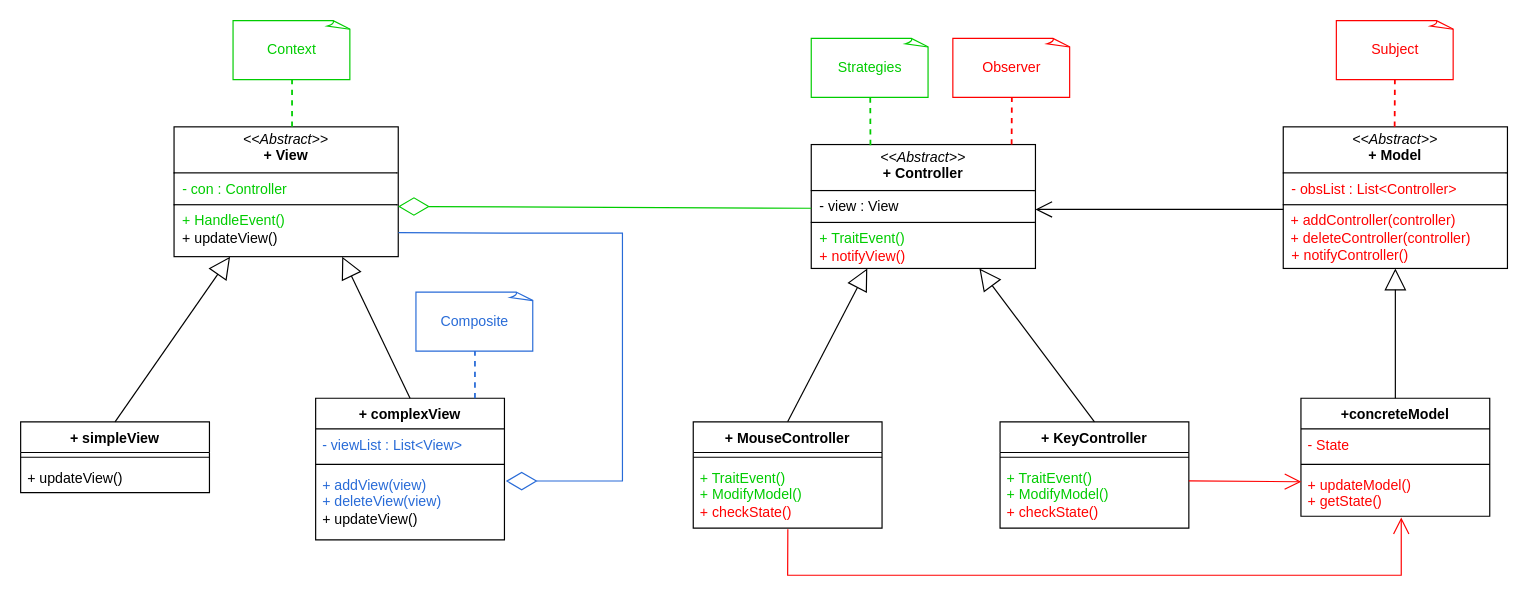
Before: University/3rd_ING_Software/2st_Semester/Conception/course/Chapters/MVC_PAC/pac2.drawio in rabah-usthb/Documentations, a draw.io diagram. Source tidied: cells renumbered, new cells numbered last; positions are measured from the earlier drawing's top-left corner, leaving out a move shared by most shapes. Both pictures are drawn from the tidied source at 118%, with x=0, y=0 at pixel (20, 20).
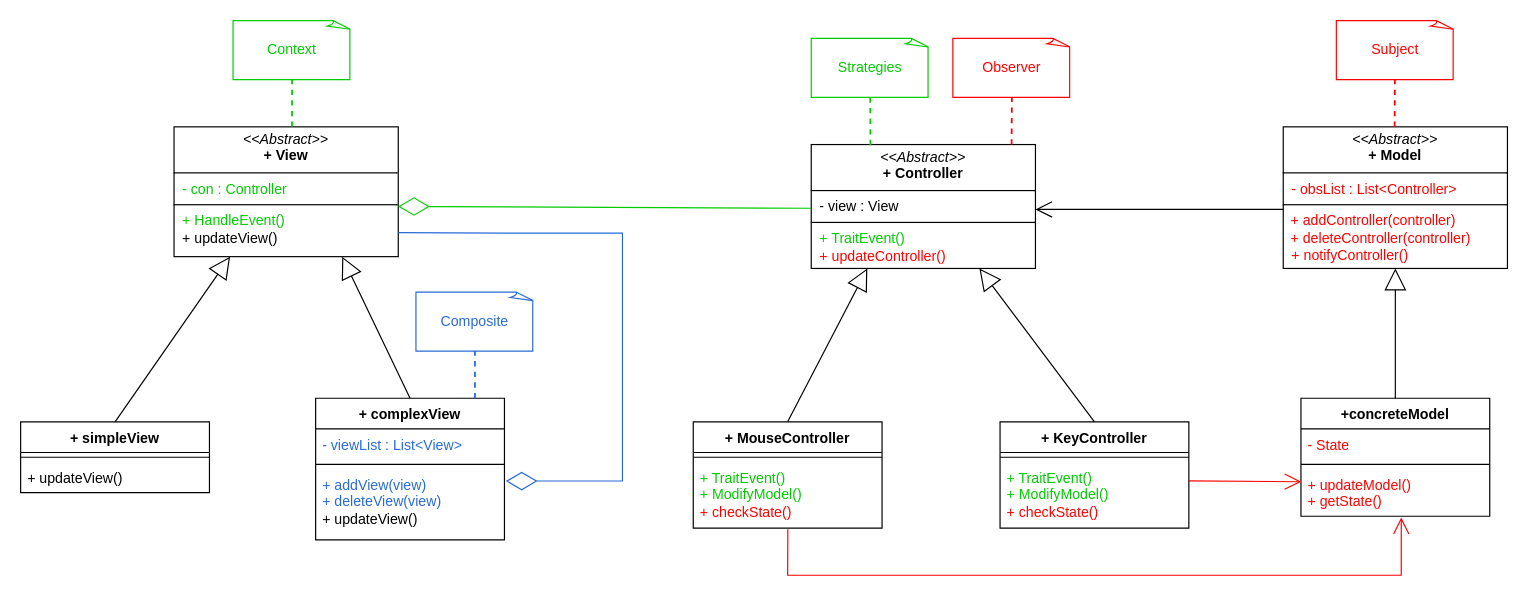
After the change.

Change to the diagram source:
```diff
@@
-    <mxCell id="2" value="&lt;p style=&quot;margin:0px;margin-top:4px;text-align:center;&quot;&gt;&lt;i&gt;&amp;lt;&amp;lt;Abstract&amp;gt;&amp;gt;&lt;/i&gt;&lt;br&gt;&lt;b&gt;+ Controller&lt;/b&gt;&lt;/p&gt;&lt;hr size=&quot;1&quot; style=&quot;border-style:solid;&quot;&gt;&lt;p style=&quot;margin:0px;margin-left:4px;&quot;&gt;&amp;nbsp;- view : View&lt;/p&gt;&lt;hr size=&quot;1&quot; style=&quot;border-style:solid;&quot;&gt;&lt;p style=&quot;margin:0px;margin-left:4px;&quot;&gt;&lt;font style=&quot;color: rgb(0, 204, 0);&quot;&gt;&amp;nbsp;+ TraitEvent()&lt;/font&gt;&lt;/p&gt;&lt;p style=&quot;margin:0px;margin-left:4px;&quot;&gt;&lt;font style=&quot;color: rgb(255, 0, 0);&quot;&gt;&amp;nbsp;+ notifyView()&lt;/font&gt;&lt;/p&gt;" style="verticalAlign=top;align=left;overflow=fill;html=1;whiteSpace=wrap;fillColor=none;" parent="1" vertex="1">
+    <mxCell id="2" value="&lt;p style=&quot;margin:0px;margin-top:4px;text-align:center;&quot;&gt;&lt;i&gt;&amp;lt;&amp;lt;Abstract&amp;gt;&amp;gt;&lt;/i&gt;&lt;br&gt;&lt;b&gt;+ Controller&lt;/b&gt;&lt;/p&gt;&lt;hr size=&quot;1&quot; style=&quot;border-style:solid;&quot;&gt;&lt;p style=&quot;margin:0px;margin-left:4px;&quot;&gt;&amp;nbsp;- view : View&lt;/p&gt;&lt;hr size=&quot;1&quot; style=&quot;border-style:solid;&quot;&gt;&lt;p style=&quot;margin:0px;margin-left:4px;&quot;&gt;&lt;font style=&quot;color: rgb(0, 204, 0);&quot;&gt;&amp;nbsp;+ TraitEvent()&lt;/font&gt;&lt;/p&gt;&lt;p style=&quot;margin:0px;margin-left:4px;&quot;&gt;&lt;font style=&quot;color: rgb(255, 0, 0);&quot;&gt;&amp;nbsp;+ updateController()&lt;/font&gt;&lt;/p&gt;" style="verticalAlign=top;align=left;overflow=fill;html=1;whiteSpace=wrap;fillColor=none;" parent="1" vertex="1">
       <mxGeometry x="670" y="105" width="190" height="105" as="geometry" />
     </mxCell>
```
